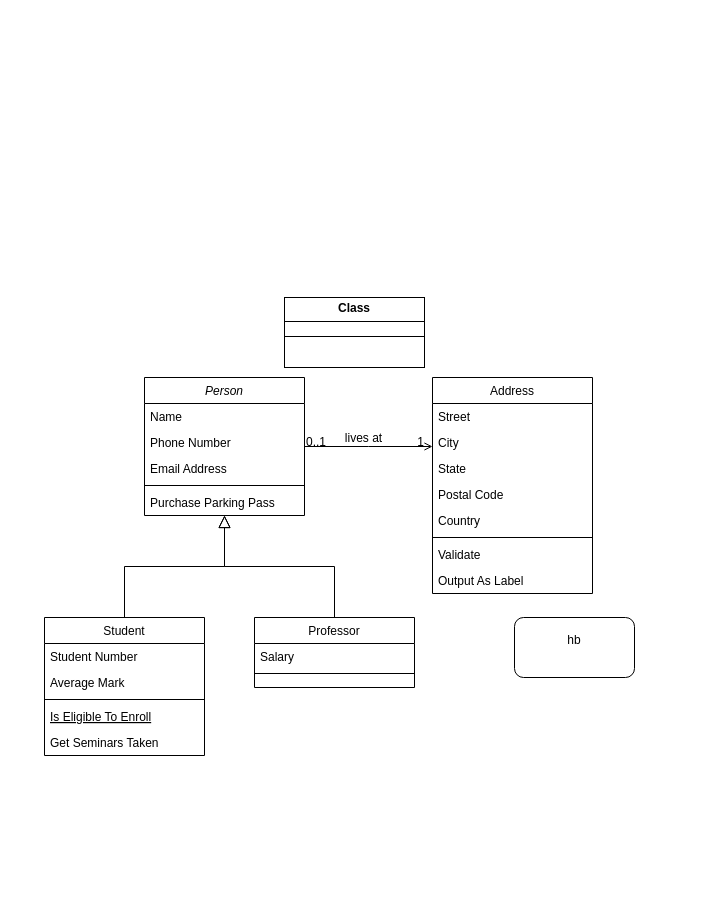
Above: Update MS2_ClassDiagram_Group14_WelfareAssociation_Version1.drawio.drawio in Taif6612/Personal_Projects (draw.io), before the change. Source tidied: cells renumbered, new cells numbered last; positions are measured from the earlier drawing's top-left corner, leaving out a move shared by most shapes. Both pictures are drawn from the tidied source at 100%, with x=0, y=0 at pixel (44, 297).
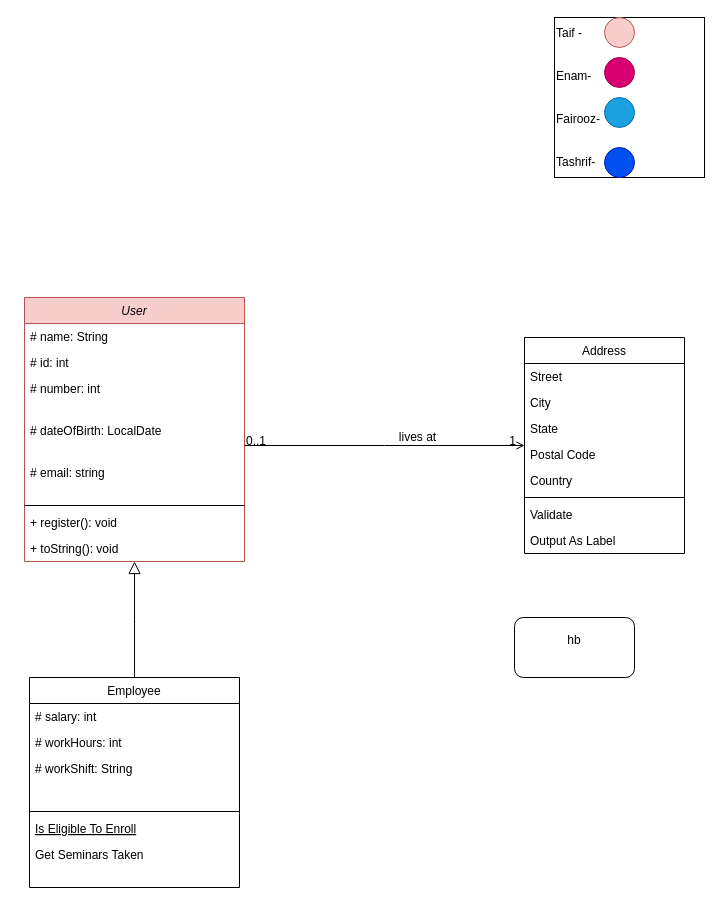
The same page after the edit.

What changed in the source:
```diff
@@
-    <mxCell id="2" value="Person" style="swimlane;fontStyle=2;align=center;verticalAlign=top;horizontal=1;startSize=26;rounded=0;shadow=0;strokeWidth=1;" parent="1" vertex="1">
-      <mxGeometry x="100" y="80" width="160" height="138" as="geometry" />
+    <mxCell id="2" value="User" style="swimlane;fontStyle=2;align=center;verticalAlign=top;horizontal=1;startSize=26;rounded=0;shadow=0;strokeWidth=1;fillColor=#f8cecc;strokeColor=#b85450;" parent="1" vertex="1">
+      <mxGeometry x="-20" width="220" height="264" as="geometry" />
     </mxCell>
-    <mxCell id="3" value="Name" style="text;align=left;verticalAlign=top;spacingLeft=4;spacingRight=4;overflow=hidden;" parent="2" vertex="1">
-      <mxGeometry y="26" width="160" height="26" as="geometry" />
+    <mxCell id="3" value="# name: String" style="text;align=left;verticalAlign=top;spacingLeft=4;spacingRight=4;overflow=hidden;" parent="2" vertex="1">
+      <mxGeometry y="26" width="220" height="26" as="geometry" />
     </mxCell>
-    <mxCell id="4" value="Phone Number" style="text;align=left;verticalAlign=top;spacingLeft=4;spacingRight=4;overflow=hidden;points=[[0,0.5],[1,0.5]];portConstraint=eastwest;rounded=0;shadow=0;html=0;" parent="2" vertex="1">
-      <mxGeometry y="52" width="160" height="26" as="geometry" />
+    <mxCell id="4" value="# id: int" style="text;align=left;verticalAlign=top;spacingLeft=4;spacingRight=4;overflow=hidden;points=[[0,0.5],[1,0.5]];portConstraint=eastwest;rounded=0;shadow=0;html=0;" parent="2" vertex="1">
+      <mxGeometry y="52" width="220" height="26" as="geometry" />
     </mxCell>
-    <mxCell id="5" value="Email Address" style="text;align=left;verticalAlign=top;spacingLeft=4;spacingRight=4;overflow=hidden;rounded=0;shadow=0;html=0;" parent="2" vertex="1">
-      <mxGeometry y="78" width="160" height="26" as="geometry" />
+    <mxCell id="5" value="# number: int" style="text;align=left;verticalAlign=top;spacingLeft=4;spacingRight=4;overflow=hidden;rounded=0;shadow=0;html=0;" parent="2" vertex="1">
+      <mxGeometry y="78" width="220" height="42" as="geometry" />
     </mxCell>
+    <mxCell id="34" value="# dateOfBirth: LocalDate" style="text;align=left;verticalAlign=top;spacingLeft=4;spacingRight=4;overflow=hidden;rounded=0;shadow=0;html=0;" parent="2" vertex="1">
+      <mxGeometry y="120" width="220" height="42" as="geometry" />
+    </mxCell>
+    <mxCell id="35" value="# email: string" style="text;align=left;verticalAlign=top;spacingLeft=4;spacingRight=4;overflow=hidden;rounded=0;shadow=0;html=0;" parent="2" vertex="1">
+      <mxGeometry y="162" width="220" height="42" as="geometry" />
+    </mxCell>
     <mxCell id="6" style="line;html=1;strokeWidth=1;align=left;verticalAlign=middle;spacingTop=-1;spacingLeft=3;spacingRight=3;labelPosition=right;" parent="2" vertex="1">
-      <mxGeometry y="104" width="160" height="8" as="geometry" />
+      <mxGeometry y="204" width="220" height="8" as="geometry" />
     </mxCell>
-    <mxCell id="7" value="Purchase Parking Pass" style="text;align=left;verticalAlign=top;spacingLeft=4;spacingRight=4;overflow=hidden;" parent="2" vertex="1">
-      <mxGeometry y="112" width="160" height="26" as="geometry" />
+    <mxCell id="7" value="+ register(): void" style="text;align=left;verticalAlign=top;spacingLeft=4;spacingRight=4;overflow=hidden;" parent="2" vertex="1">
+      <mxGeometry y="212" width="220" height="26" as="geometry" />
     </mxCell>
+    <mxCell id="36" value="+ toString(): void" style="text;align=left;verticalAlign=top;spacingLeft=4;spacingRight=4;overflow=hidden;" parent="2" vertex="1">
+      <mxGeometry y="238" width="220" height="26" as="geometry" />
+    </mxCell>
+    <mxCell id="37" style="edgeStyle=orthogonalEdgeStyle;rounded=0;jettySize=auto;html=1;exitX=0;exitY=0.25;exitDx=0;exitDy=0;entryX=0;entryY=0.5;entryDx=0;entryDy=0;" parent="2" edge="1" source="2" target="4">
+      <mxGeometry relative="1" as="geometry" />
+    </mxCell>
-    <mxCell id="8" value="Student" style="swimlane;fontStyle=0;align=center;verticalAlign=top;horizontal=1;startSize=26;rounded=0;shadow=0;strokeWidth=1;" parent="1" vertex="1">
-      <mxGeometry y="320" width="160" height="138" as="geometry" />
+    <mxCell id="8" value="Employee" style="swimlane;fontStyle=0;align=center;verticalAlign=top;horizontal=1;startSize=26;rounded=0;shadow=0;strokeWidth=1;" parent="1" vertex="1">
+      <mxGeometry x="-15" y="380" width="210" height="210" as="geometry" />
     </mxCell>
-    <mxCell id="9" value="Student Number" style="text;align=left;verticalAlign=top;spacingLeft=4;spacingRight=4;overflow=hidden;" parent="8" vertex="1">
-      <mxGeometry y="26" width="160" height="26" as="geometry" />
+    <mxCell id="9" value="# salary: int" style="text;align=left;verticalAlign=top;spacingLeft=4;spacingRight=4;overflow=hidden;" parent="8" vertex="1">
+      <mxGeometry y="26" width="210" height="26" as="geometry" />
     </mxCell>
-    <mxCell id="10" value="Average Mark" style="text;align=left;verticalAlign=top;spacingLeft=4;spacingRight=4;overflow=hidden;rounded=0;shadow=0;html=0;" parent="8" vertex="1">
-      <mxGeometry y="52" width="160" height="26" as="geometry" />
+    <mxCell id="10" value="# workHours: int" style="text;align=left;verticalAlign=top;spacingLeft=4;spacingRight=4;overflow=hidden;rounded=0;shadow=0;html=0;" parent="8" vertex="1">
+      <mxGeometry y="52" width="210" height="26" as="geometry" />
     </mxCell>
+    <mxCell id="38" value="# workShift: String" style="text;align=left;verticalAlign=top;spacingLeft=4;spacingRight=4;overflow=hidden;rounded=0;shadow=0;html=0;" parent="8" vertex="1">
+      <mxGeometry y="78" width="210" height="26" as="geometry" />
+    </mxCell>
+    <mxCell id="39" style="text;align=left;verticalAlign=top;spacingLeft=4;spacingRight=4;overflow=hidden;rounded=0;shadow=0;html=0;" parent="8" vertex="1">
+      <mxGeometry y="104" width="210" height="26" as="geometry" />
+    </mxCell>
     <mxCell id="11" style="line;html=1;strokeWidth=1;align=left;verticalAlign=middle;spacingTop=-1;spacingLeft=3;spacingRight=3;labelPosition=right;" parent="8" vertex="1">
-      <mxGeometry y="78" width="160" height="8" as="geometry" />
+      <mxGeometry y="130" width="210" height="8" as="geometry" />
     </mxCell>
     <mxCell id="12" value="Is Eligible To Enroll" style="text;align=left;verticalAlign=top;spacingLeft=4;spacingRight=4;overflow=hidden;fontStyle=4;" parent="8" vertex="1">
-      <mxGeometry y="86" width="160" height="26" as="geometry" />
+      <mxGeometry y="138" width="210" height="26" as="geometry" />
     </mxCell>
     <mxCell id="13" value="Get Seminars Taken" style="text;align=left;verticalAlign=top;spacingLeft=4;spacingRight=4;overflow=hidden;" parent="8" vertex="1">
-      <mxGeometry y="112" width="160" height="26" as="geometry" />
+      <mxGeometry y="164" width="210" height="26" as="geometry" />
     </mxCell>
@@
-    <mxCell id="15" value="Professor" style="swimlane;fontStyle=0;align=center;verticalAlign=top;horizontal=1;startSize=26;rounded=0;shadow=0;strokeWidth=1;" parent="1" vertex="1">
-      <mxGeometry x="210" y="320" width="160" height="70" as="geometry" />
-    </mxCell>
-    <mxCell id="16" value="Salary" style="text;align=left;verticalAlign=top;spacingLeft=4;spacingRight=4;overflow=hidden;" parent="15" vertex="1">
-      <mxGeometry y="26" width="160" height="26" as="geometry" />
-    </mxCell>
-    <mxCell id="17" style="line;html=1;strokeWidth=1;align=left;verticalAlign=middle;spacingTop=-1;spacingLeft=3;spacingRight=3;labelPosition=right;" parent="15" vertex="1">
-      <mxGeometry y="52" width="160" height="8" as="geometry" />
-    </mxCell>
-    <mxCell id="18" style="endArrow=block;endSize=10;endFill=0;shadow=0;strokeWidth=1;rounded=0;curved=0;edgeStyle=elbowEdgeStyle;elbow=vertical;" parent="1" edge="1" source="15" target="2">
-      <mxGeometry relative="1" as="geometry" />
-    </mxCell>
     <mxCell id="19" value="Address" style="swimlane;fontStyle=0;align=center;verticalAlign=top;horizontal=1;startSize=26;rounded=0;shadow=0;strokeWidth=1;" parent="1" vertex="1">
-      <mxGeometry x="388" y="80" width="160" height="216" as="geometry" />
+      <mxGeometry x="480" y="40" width="160" height="216" as="geometry" />
     </mxCell>
@@
-    <mxCell id="32" value="&lt;p style=&quot;margin:0px;margin-top:4px;text-align:center;&quot;&gt;&lt;b&gt;Class&lt;/b&gt;&lt;/p&gt;&lt;hr size=&quot;1&quot; style=&quot;border-style:solid;&quot;/&gt;&lt;div style=&quot;height:2px;&quot;&gt;&lt;/div&gt;&lt;hr size=&quot;1&quot; style=&quot;border-style:solid;&quot;/&gt;&lt;div style=&quot;height:2px;&quot;&gt;&lt;/div&gt;" style="verticalAlign=top;align=left;overflow=fill;html=1;whiteSpace=wrap;" parent="1" vertex="1">
-      <mxGeometry x="240" width="140" height="70" as="geometry" />
-    </mxCell>
@@
+    <mxCell id="40" value="Taif -&amp;nbsp;&lt;div&gt;&lt;br&gt;&lt;/div&gt;&lt;div&gt;&lt;br&gt;&lt;/div&gt;&lt;div&gt;Enam-&lt;/div&gt;&lt;div&gt;&lt;br&gt;&lt;/div&gt;&lt;div&gt;&lt;br&gt;&lt;/div&gt;&lt;div&gt;Fairooz-&lt;/div&gt;&lt;div&gt;&lt;br&gt;&lt;/div&gt;&lt;div&gt;&lt;br&gt;&lt;/div&gt;&lt;div&gt;Tashrif-&lt;br&gt;&lt;/div&gt;" style="rounded=0;whiteSpace=wrap;html=1;align=left;" parent="1" vertex="1">
+      <mxGeometry x="510" y="-280" width="150" height="160" as="geometry" />
+    </mxCell>
+    <mxCell id="41" style="ellipse;whiteSpace=wrap;html=1;fillColor=#f8cecc;strokeColor=#b85450;" parent="1" vertex="1">
+      <mxGeometry x="560" y="-280" width="30" height="30" as="geometry" />
+    </mxCell>
+    <mxCell id="42" style="ellipse;whiteSpace=wrap;html=1;fillColor=#d80073;fontColor=#ffffff;strokeColor=#A50040;" parent="1" vertex="1">
+      <mxGeometry x="560" y="-240" width="30" height="30" as="geometry" />
+    </mxCell>
+    <mxCell id="43" style="ellipse;whiteSpace=wrap;html=1;fillColor=#1ba1e2;fontColor=#ffffff;strokeColor=#006EAF;" parent="1" vertex="1">
+      <mxGeometry x="560" y="-200" width="30" height="30" as="geometry" />
+    </mxCell>
+    <mxCell id="44" style="ellipse;whiteSpace=wrap;html=1;fillColor=#0050ef;fontColor=#ffffff;strokeColor=#001DBC;" parent="1" vertex="1">
+      <mxGeometry x="560" y="-150" width="30" height="30" as="geometry" />
+    </mxCell>
```
